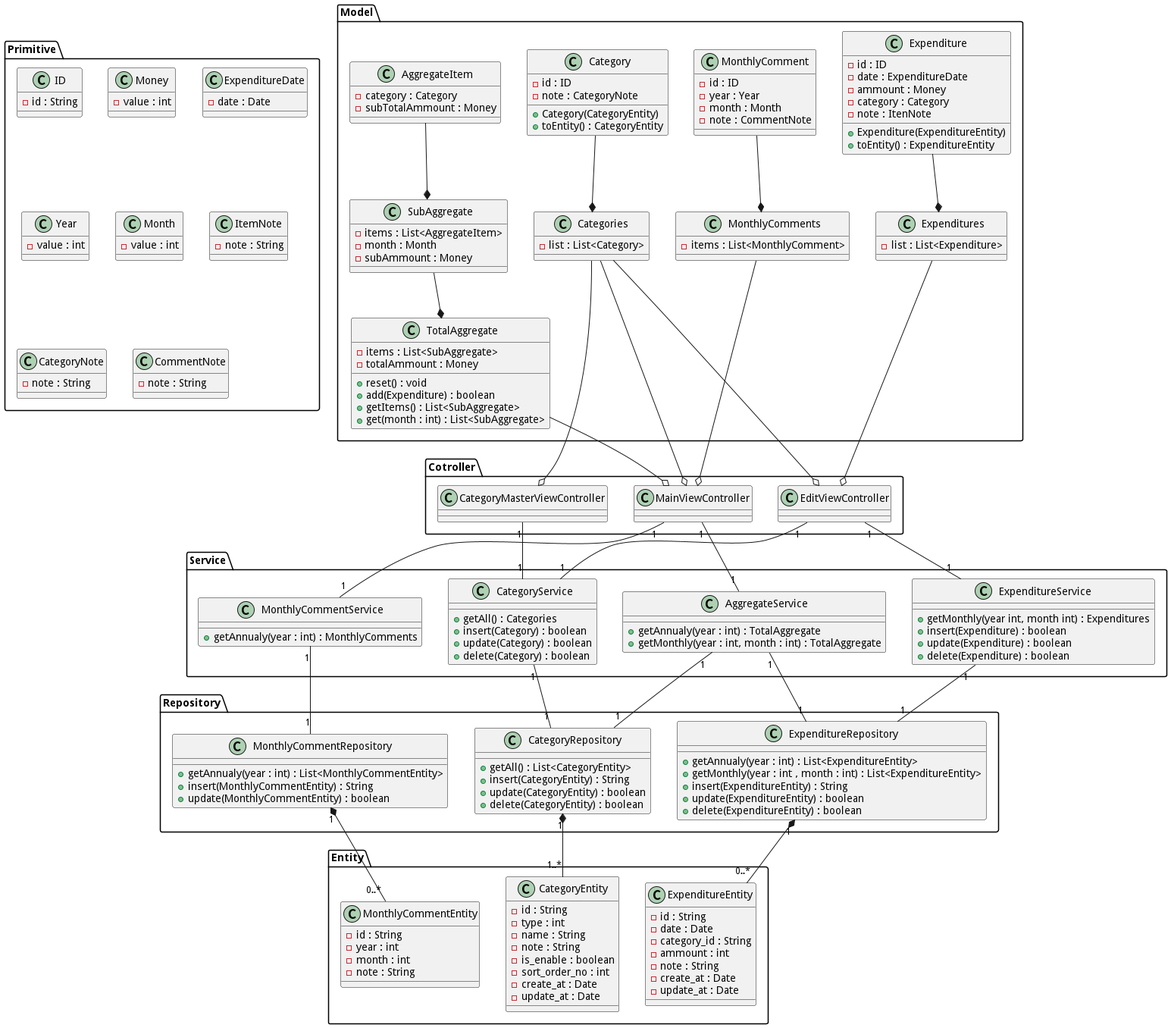
Earlier version of the PlantUML export Document/class_diagram.png (MasayukiFukada/ExpenditureBook).
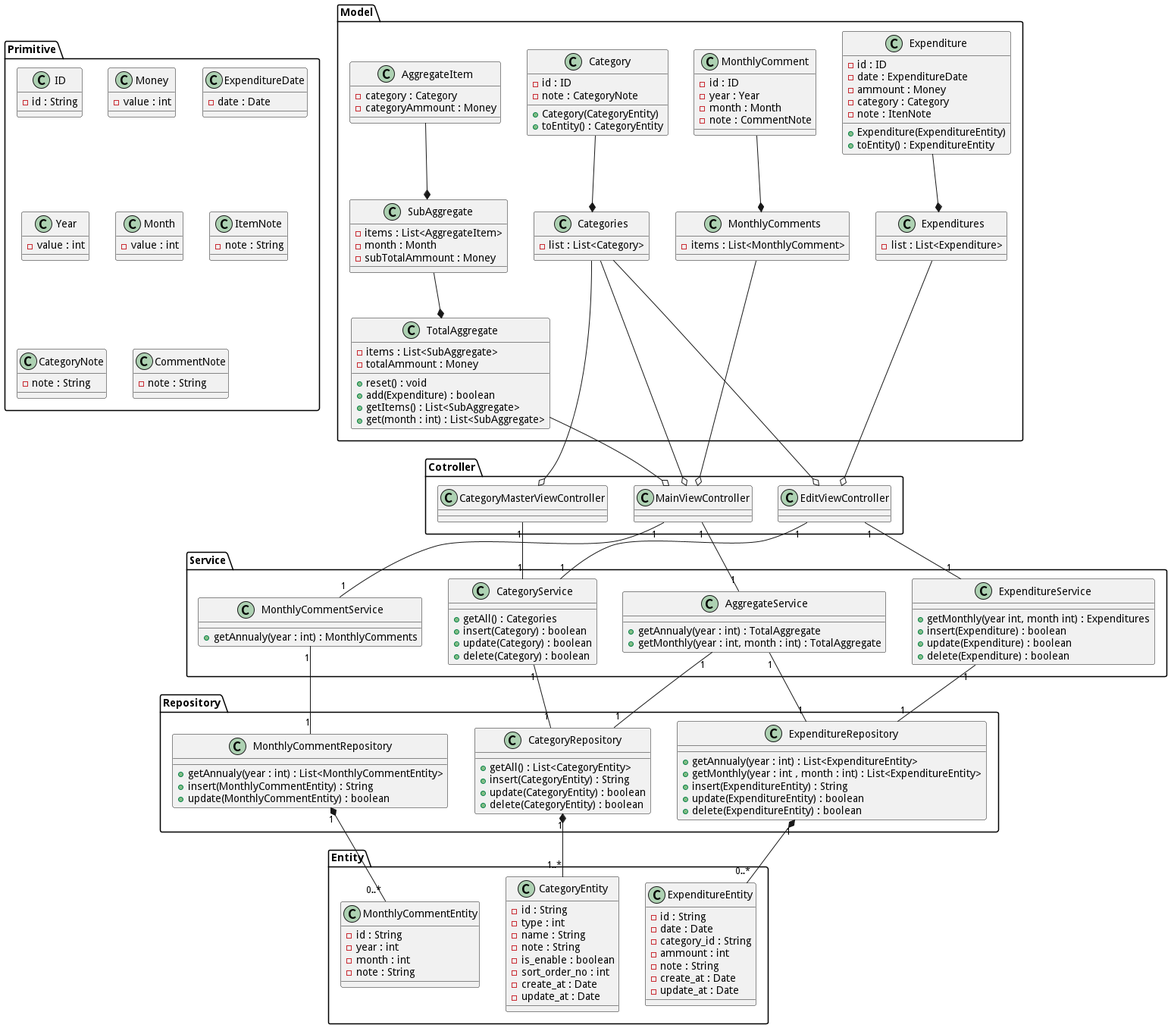
After the commit.

Commit message:
:wrench: メソッド名修正

The edit, as a diff of the source:
```diff
@@ -88,12 +88,12 @@
   class SubAggregate {
     - items : List<AggregateItem>
     - month : Month
-    - subAmmount : Money
+    - subTotalAmmount : Money
   }
 
   class AggregateItem {
     - category : Category
-    - subTotalAmmount : Money
+    - categoryAmmount : Money
   }
 
   class MonthlyComments {
```
